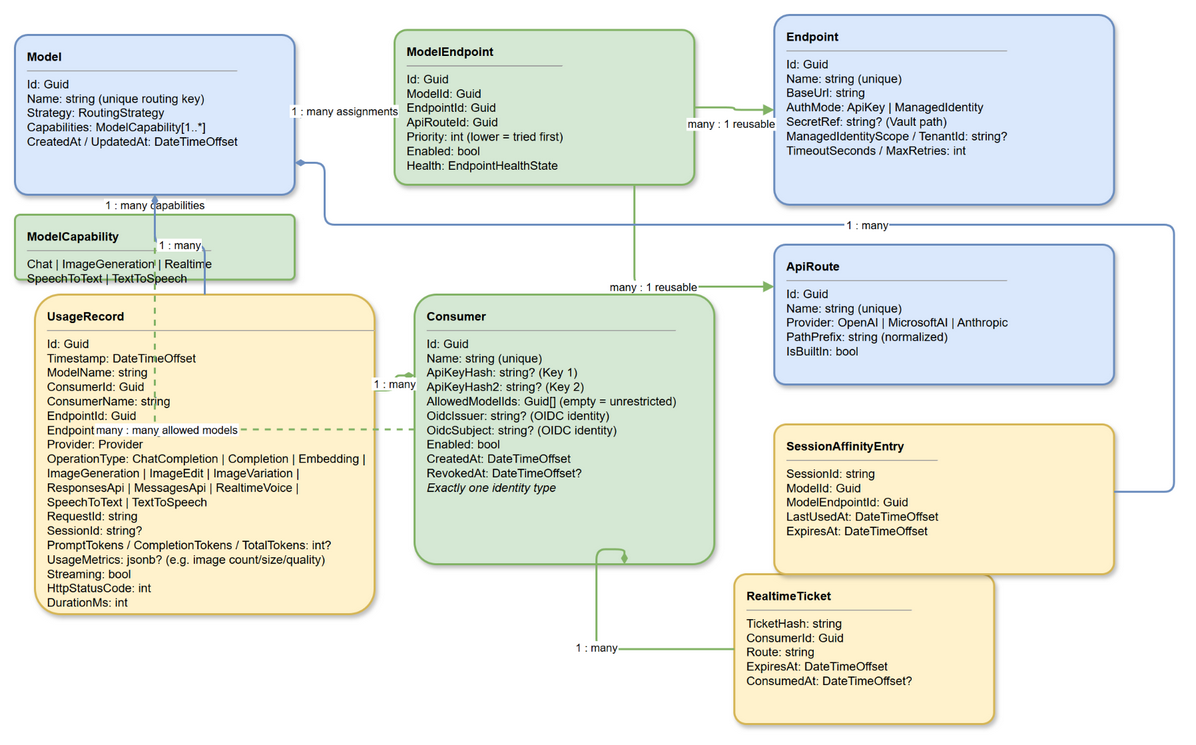
Earlier version of the draw.io export specs/architecture/diagrams/02-domain-model.png (azureholic/AIProxyPlus). Source tidied: cells renumbered, new cells last; positions are measured from the earlier drawing's top-left corner, leaving out a move shared by most shapes.
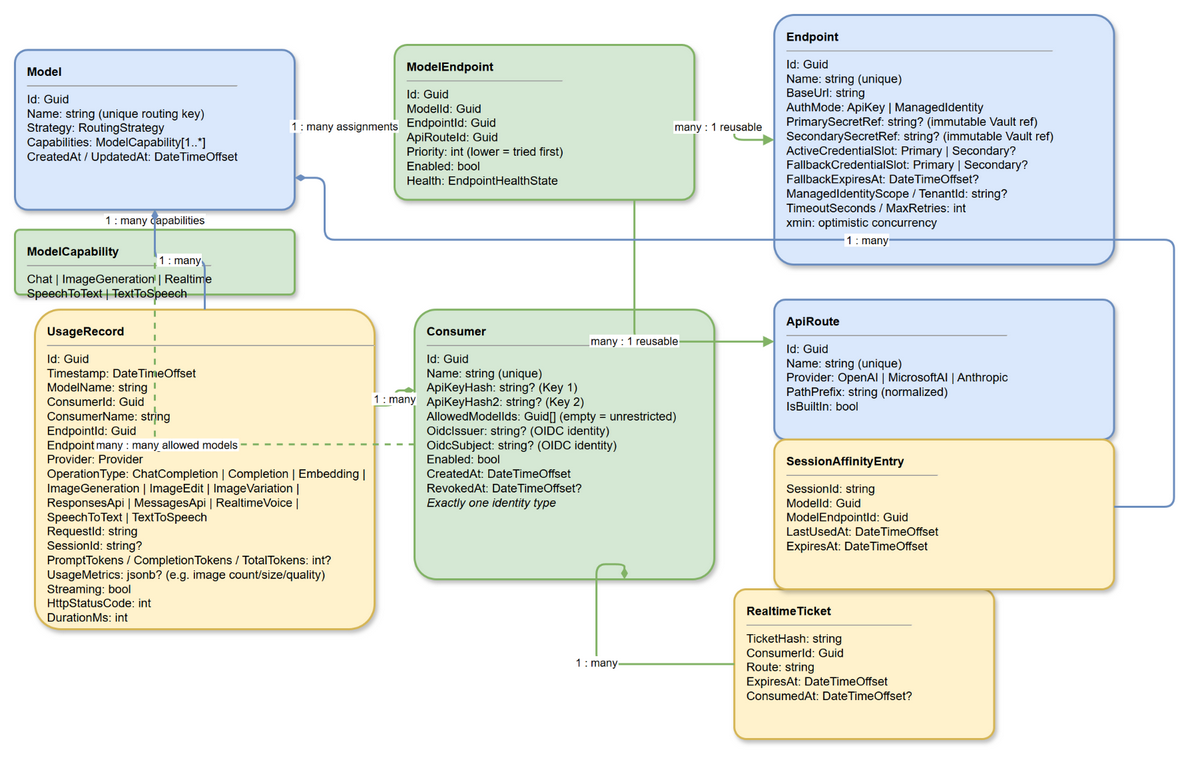
Above is the later version.

Change to the diagram source:
```diff
@@ -11,11 +11,11 @@
     <mxCell id="4" value="&lt;b&gt;ModelEndpoint&lt;/b&gt;&lt;hr size=1&gt;Id: Guid&lt;br&gt;ModelId: Guid&lt;br&gt;EndpointId: Guid&lt;br&gt;ApiRouteId: Guid&lt;br&gt;Priority: int (lower = tried first)&lt;br&gt;Enabled: bool&lt;br&gt;Health: EndpointHealthState" style="rounded=1;whiteSpace=wrap;html=1;fillColor=#d5e8d4;strokeColor=#82b366;strokeWidth=2;arcSize=8;shadow=1;align=left;verticalAlign=top;spacingLeft=10;spacingTop=8;fontSize=12;" parent="1" vertex="1">
       <mxGeometry x="380" y="15" width="300" height="155" as="geometry" />
     </mxCell>
-    <mxCell id="5" value="&lt;b&gt;Endpoint&lt;/b&gt;&lt;hr size=1&gt;Id: Guid&lt;br&gt;Name: string (unique)&lt;br&gt;BaseUrl: string&lt;br&gt;AuthMode: ApiKey | ManagedIdentity&lt;br&gt;SecretRef: string? (Vault path)&lt;br&gt;ManagedIdentityScope / TenantId: string?&lt;br&gt;TimeoutSeconds / MaxRetries: int" style="rounded=1;whiteSpace=wrap;html=1;fillColor=#dae8fc;strokeColor=#6c8ebf;strokeWidth=2;arcSize=8;shadow=1;align=left;verticalAlign=top;spacingLeft=10;spacingTop=8;fontSize=12;" parent="1" vertex="1">
-      <mxGeometry x="760" width="340" height="190" as="geometry" />
+    <mxCell id="5" value="&lt;b&gt;Endpoint&lt;/b&gt;&lt;hr size=1&gt;Id: Guid&lt;br&gt;Name: string (unique)&lt;br&gt;BaseUrl: string&lt;br&gt;AuthMode: ApiKey | ManagedIdentity&lt;br&gt;PrimarySecretRef: string? (immutable Vault ref)&lt;br&gt;SecondarySecretRef: string? (immutable Vault ref)&lt;br&gt;ActiveCredentialSlot: Primary | Secondary?&lt;br&gt;FallbackCredentialSlot: Primary | Secondary?&lt;br&gt;FallbackExpiresAt: DateTimeOffset?&lt;br&gt;ManagedIdentityScope / TenantId: string?&lt;br&gt;TimeoutSeconds / MaxRetries: int&lt;br&gt;xmin: optimistic concurrency" style="rounded=1;whiteSpace=wrap;html=1;fillColor=#dae8fc;strokeColor=#6c8ebf;strokeWidth=2;arcSize=8;shadow=1;align=left;verticalAlign=top;spacingLeft=10;spacingTop=8;fontSize=12;" parent="1" vertex="1">
+      <mxGeometry x="760" y="-15" width="340" height="250" as="geometry" />
     </mxCell>
     <mxCell id="6" value="&lt;b&gt;ApiRoute&lt;/b&gt;&lt;hr size=1&gt;Id: Guid&lt;br&gt;Name: string (unique)&lt;br&gt;Provider: OpenAI | MicrosoftAI | Anthropic&lt;br&gt;PathPrefix: string (normalized)&lt;br&gt;IsBuiltIn: bool" style="rounded=1;whiteSpace=wrap;html=1;fillColor=#dae8fc;strokeColor=#6c8ebf;strokeWidth=2;arcSize=8;shadow=1;align=left;verticalAlign=top;spacingLeft=10;spacingTop=8;fontSize=12;" parent="1" vertex="1">
-      <mxGeometry x="760" y="230" width="340" height="140" as="geometry" />
+      <mxGeometry x="760" y="270" width="340" height="140" as="geometry" />
     </mxCell>
     <mxCell id="7" value="&lt;b&gt;UsageRecord&lt;/b&gt;&lt;hr size=1&gt;Id: Guid&lt;br&gt;Timestamp: DateTimeOffset&lt;br&gt;ModelName: string&lt;br&gt;ConsumerId: Guid&lt;br&gt;ConsumerName: string&lt;br&gt;EndpointId: Guid&lt;br&gt;EndpointName: string&lt;br&gt;Provider: Provider&lt;br&gt;OperationType: ChatCompletion | Completion | Embedding | ImageGeneration | ImageEdit | ImageVariation | ResponsesApi | MessagesApi | RealtimeVoice | SpeechToText | TextToSpeech&lt;br&gt;RequestId: string&lt;br&gt;SessionId: string?&lt;br&gt;PromptTokens / CompletionTokens / TotalTokens: int?&lt;br&gt;UsageMetrics: jsonb? (e.g. image count/size/quality)&lt;br&gt;Streaming: bool&lt;br&gt;HttpStatusCode: int&lt;br&gt;DurationMs: int" style="rounded=1;whiteSpace=wrap;html=1;fillColor=#fff2cc;strokeColor=#d6b656;strokeWidth=2;arcSize=8;shadow=1;align=left;verticalAlign=top;spacingLeft=10;spacingTop=8;fontSize=12;" parent="1" vertex="1">
       <mxGeometry x="20" y="280" width="340" height="320" as="geometry" />
```
